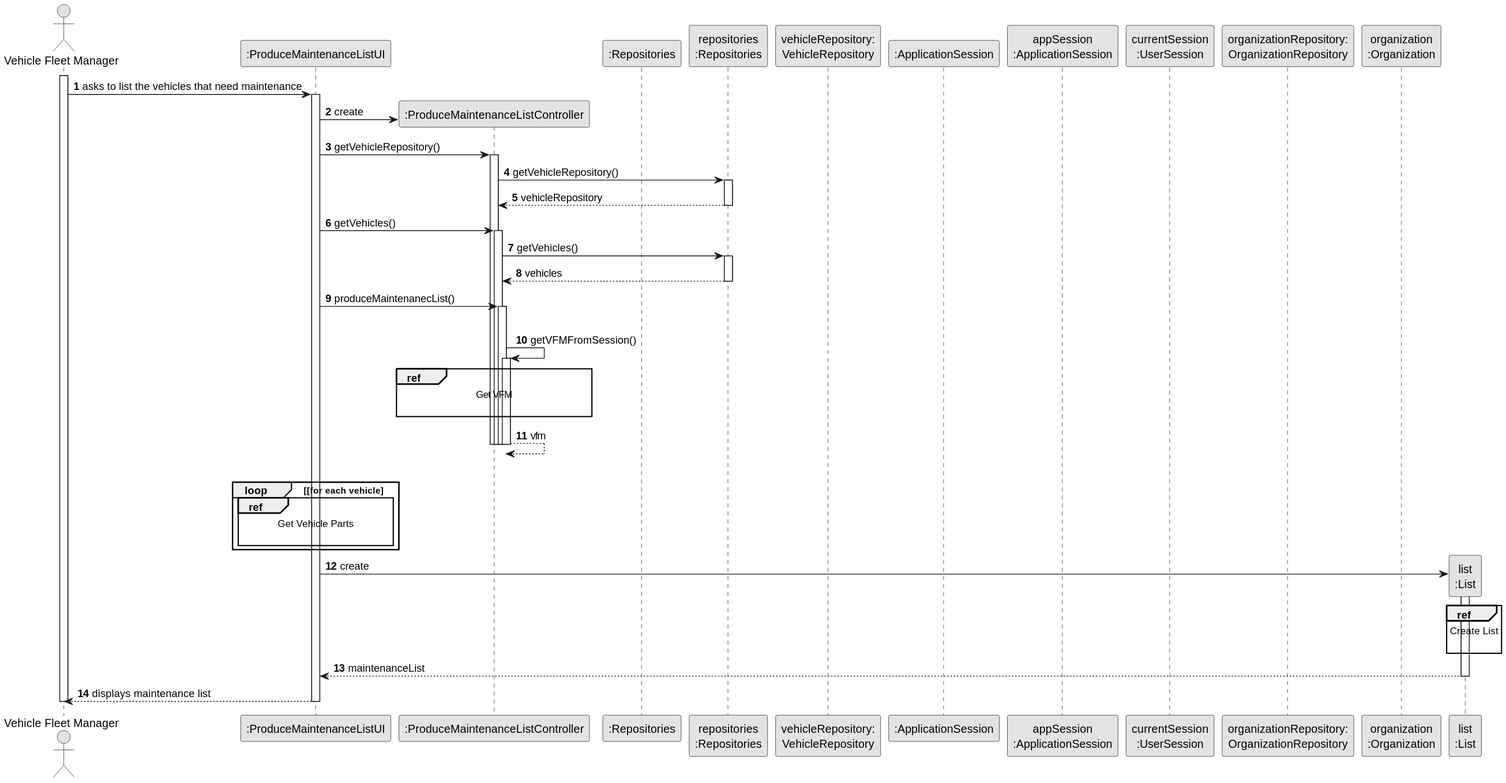
Earlier version of the PlantUML export docs/sprint3/us008/03.design/svg/us008-sequence-diagram-split.svg (tiagosoa/lei-24-s2-1dgh-g073).
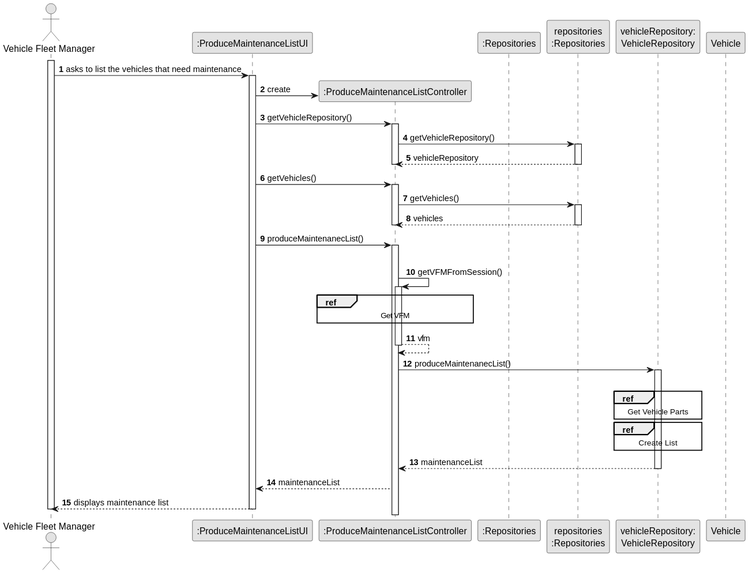
The same diagram one commit later.

Change to the diagram source:
```diff
@@ -11,12 +11,7 @@
 participant ":Repositories" as RepositorySingleton
 participant "repositories\n:Repositories" as PLAT
 participant "vehicleRepository:\nVehicleRepository" as VR
-participant ":ApplicationSession" as _APP
-participant "appSession\n:ApplicationSession" as APP
-participant "currentSession\n:UserSession" as SESSAO
-participant "organizationRepository:\nOrganizationRepository" as OrganizationRepository
-participant "organization\n:Organization" as ORG
-participant "list\n:List" as LISTA
+participant "Vehicle" as VEICULO
 
 activate ADM
 
@@ -34,6 +29,7 @@
 
                     PLAT --> CTRL: vehicleRepository
                 deactivate PLAT
+                deactivate CTRL
 
                 UI -> CTRL : getVehicles()
                         activate CTRL
@@ -43,6 +39,9 @@
 
                                 PLAT --> CTRL: vehicles
                             deactivate PLAT
+                            deactivate CTRL
+
+
 
 
 
@@ -53,38 +52,29 @@
             CTRL -> CTRL : getVFMFromSession()
             activate CTRL
 
-             ref over CTRL
-              Get VFM
+ref over CTRL
+Get VFM
+end
 
-              end
                 CTRL --> CTRL : vfm
             deactivate CTRL
 
-            deactivate CTRL
-
-            deactivate CTRL
-
-            deactivate CTRL
+            CTRL -> VR :  produceMaintenanecList()
+                                 activate VR
 
             |||
-            loop [for each vehicle
-                         ref over UI
-                          Get Vehicle Parts
+            ref over VR
+            Get Vehicle Parts
+            end
 
-                          end
+ref over VR
+Create List
+end
+                VR --> CTRL : maintenanceList
 
-            end
-            UI -> LISTA**: create
+            deactivate VR
 
-            activate LISTA
-                         ref over LISTA
-                          Create List
-
-                          end
-
-                LISTA --> UI : maintenanceList
-
-            deactivate LISTA
+            CTRL --> UI : maintenanceList
 
             UI --> ADM: displays maintenance list
     deactivate UI
```
